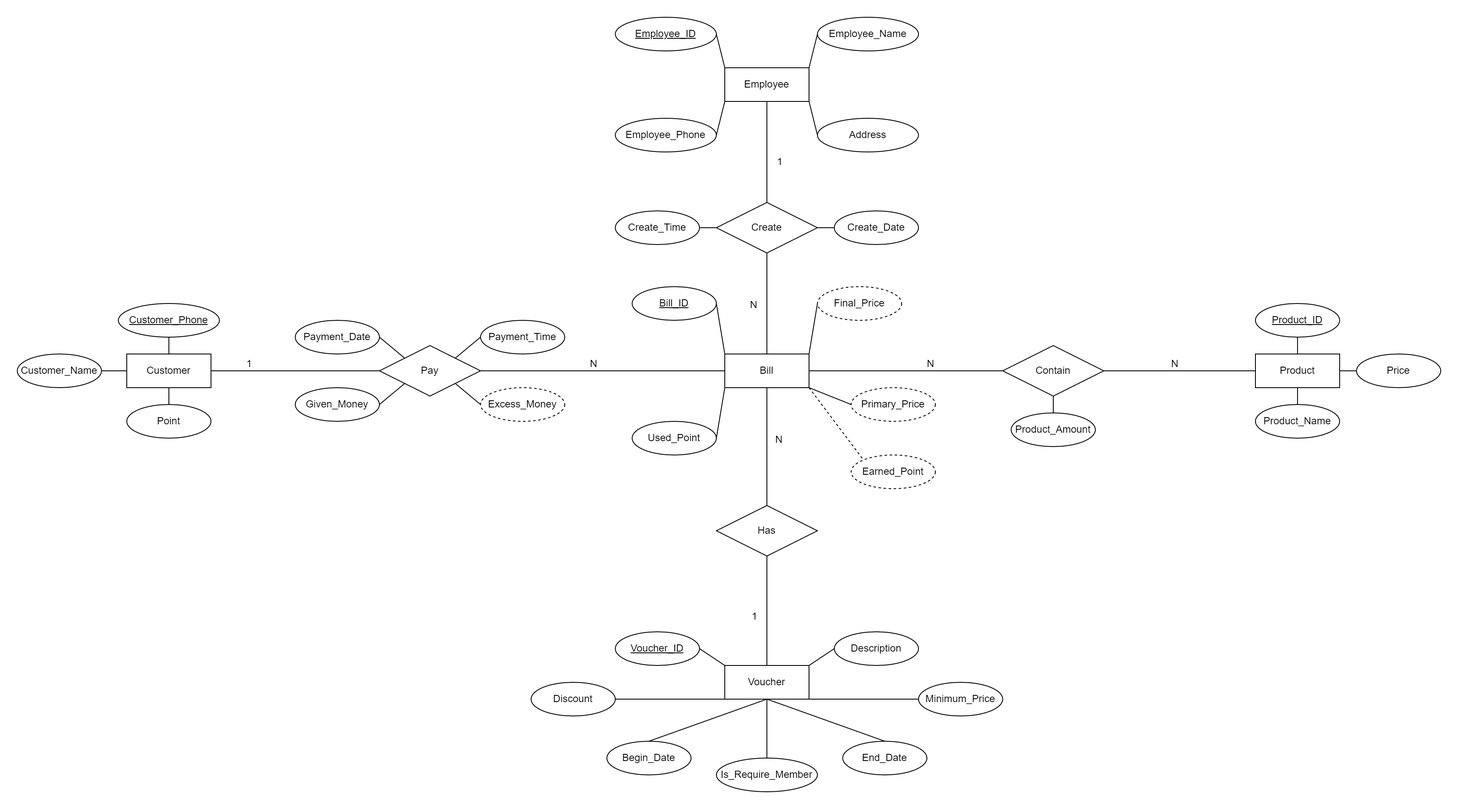
Before: Assignment/Images/ERD.png, a diagram exported from draw.io (bakaqc/DBI202-Labs_and_Assignment). Source tidied: cells renumbered, new cells last; positions are measured from the earlier drawing's top-left corner, leaving out a move shared by most shapes. The source it was exported from:
```xml
<mxGraphModel>
  <root>
    <mxCell id="0" />
    <mxCell id="1" parent="0" />
    <mxCell id="2" value="Customer" style="whiteSpace=wrap;html=1;align=center;" parent="1" vertex="1">
      <mxGeometry x="130" y="400" width="100" height="40" as="geometry" />
    </mxCell>
    <mxCell id="3" value="Customer_Name" style="ellipse;whiteSpace=wrap;html=1;align=center;" parent="1" vertex="1">
      <mxGeometry y="400" width="100" height="40" as="geometry" />
    </mxCell>
    <mxCell id="4" value="Point" style="ellipse;whiteSpace=wrap;html=1;align=center;" parent="1" vertex="1">
      <mxGeometry x="130" y="460" width="100" height="40" as="geometry" />
    </mxCell>
    <mxCell id="5" value="Customer_Phone" style="ellipse;whiteSpace=wrap;html=1;align=center;fontStyle=4;" parent="1" vertex="1">
      <mxGeometry x="120" y="340" width="120" height="40" as="geometry" />
    </mxCell>
    <mxCell id="6" style="endArrow=none;html=1;rounded=0;" parent="1" edge="1" source="3" target="2">
      <mxGeometry relative="1" as="geometry" />
    </mxCell>
    <mxCell id="7" style="endArrow=none;html=1;rounded=0;exitX=0.5;exitY=1;exitDx=0;exitDy=0;entryX=0.5;entryY=0;entryDx=0;entryDy=0;" parent="1" edge="1" source="5" target="2">
      <mxGeometry relative="1" as="geometry" />
    </mxCell>
    <mxCell id="8" style="endArrow=none;html=1;rounded=0;entryX=0.5;entryY=0;entryDx=0;entryDy=0;exitX=0.5;exitY=1;exitDx=0;exitDy=0;" parent="1" edge="1" source="2" target="4">
      <mxGeometry relative="1" as="geometry" />
    </mxCell>
    <mxCell id="9" value="Bill" style="whiteSpace=wrap;html=1;align=center;" parent="1" vertex="1">
      <mxGeometry x="840" y="400" width="100" height="40" as="geometry" />
    </mxCell>
    <mxCell id="10" value="Create_Date" style="ellipse;whiteSpace=wrap;html=1;align=center;" parent="1" vertex="1">
      <mxGeometry x="970" y="230" width="100" height="40" as="geometry" />
    </mxCell>
    <mxCell id="11" value="Create_Time" style="ellipse;whiteSpace=wrap;html=1;align=center;" parent="1" vertex="1">
      <mxGeometry x="710" y="230" width="100" height="40" as="geometry" />
    </mxCell>
    <mxCell id="12" value="Bill_ID" style="ellipse;whiteSpace=wrap;html=1;align=center;fontStyle=4;" parent="1" vertex="1">
      <mxGeometry x="730" y="320" width="100" height="40" as="geometry" />
    </mxCell>
    <mxCell id="13" value="Used_Point" style="ellipse;whiteSpace=wrap;html=1;align=center;" parent="1" vertex="1">
      <mxGeometry x="730" y="480" width="100" height="40" as="geometry" />
    </mxCell>
    <mxCell id="14" value="Primary_Price" style="ellipse;whiteSpace=wrap;html=1;align=center;dashed=1;" parent="1" vertex="1">
      <mxGeometry x="990" y="440" width="100" height="40" as="geometry" />
    </mxCell>
    <mxCell id="15" value="Final_Price" style="ellipse;whiteSpace=wrap;html=1;align=center;dashed=1;strokeColor=default;gradientColor=none;fillColor=default;" parent="1" vertex="1">
      <mxGeometry x="950" y="320" width="100" height="40" as="geometry" />
    </mxCell>
    <mxCell id="16" style="endArrow=none;html=1;rounded=0;entryX=1;entryY=0.5;entryDx=0;entryDy=0;exitX=0;exitY=1;exitDx=0;exitDy=0;" parent="1" edge="1" source="9" target="13">
      <mxGeometry relative="1" as="geometry" />
    </mxCell>
    <mxCell id="17" style="endArrow=none;html=1;rounded=0;entryX=0;entryY=0;entryDx=0;entryDy=0;exitX=1;exitY=0.5;exitDx=0;exitDy=0;" parent="1" edge="1" source="12" target="9">
      <mxGeometry relative="1" as="geometry" />
    </mxCell>
    <mxCell id="18" style="endArrow=none;html=1;rounded=0;entryX=0;entryY=0.5;entryDx=0;entryDy=0;exitX=1;exitY=0;exitDx=0;exitDy=0;" parent="1" edge="1" source="9" target="15">
      <mxGeometry relative="1" as="geometry" />
    </mxCell>
    <mxCell id="19" style="endArrow=none;html=1;rounded=0;entryX=0;entryY=0.5;entryDx=0;entryDy=0;exitX=1;exitY=1;exitDx=0;exitDy=0;" parent="1" edge="1" source="9" target="14">
      <mxGeometry relative="1" as="geometry" />
    </mxCell>
    <mxCell id="20" value="Employee" style="whiteSpace=wrap;html=1;align=center;" parent="1" vertex="1">
      <mxGeometry x="840" y="60" width="100" height="40" as="geometry" />
    </mxCell>
    <mxCell id="21" value="Employee_Name" style="ellipse;whiteSpace=wrap;html=1;align=center;" parent="1" vertex="1">
      <mxGeometry x="950" width="120" height="40" as="geometry" />
    </mxCell>
    <mxCell id="22" value="Employee_Phone" style="ellipse;whiteSpace=wrap;html=1;align=center;" parent="1" vertex="1">
      <mxGeometry x="710" y="120" width="120" height="40" as="geometry" />
    </mxCell>
    <mxCell id="23" value="Address" style="ellipse;whiteSpace=wrap;html=1;align=center;" parent="1" vertex="1">
      <mxGeometry x="950" y="120" width="120" height="40" as="geometry" />
    </mxCell>
    <mxCell id="24" value="Employee_ID" style="ellipse;whiteSpace=wrap;html=1;align=center;fontStyle=4;" parent="1" vertex="1">
      <mxGeometry x="710" width="120" height="40" as="geometry" />
    </mxCell>
    <mxCell id="25" style="endArrow=none;html=1;rounded=0;exitX=1;exitY=0;exitDx=0;exitDy=0;entryX=0;entryY=0.5;entryDx=0;entryDy=0;" parent="1" edge="1" source="20" target="21">
      <mxGeometry relative="1" as="geometry" />
    </mxCell>
    <mxCell id="26" style="endArrow=none;html=1;rounded=0;exitX=1;exitY=0.5;exitDx=0;exitDy=0;entryX=0;entryY=0;entryDx=0;entryDy=0;" parent="1" edge="1" source="24" target="20">
      <mxGeometry relative="1" as="geometry" />
    </mxCell>
    <mxCell id="27" style="endArrow=none;html=1;rounded=0;entryX=0;entryY=1;entryDx=0;entryDy=0;exitX=1;exitY=0.5;exitDx=0;exitDy=0;" parent="1" edge="1" source="22" target="20">
      <mxGeometry relative="1" as="geometry" />
    </mxCell>
    <mxCell id="28" style="endArrow=none;html=1;rounded=0;entryX=0;entryY=0.5;entryDx=0;entryDy=0;exitX=1;exitY=1;exitDx=0;exitDy=0;" parent="1" edge="1" source="20" target="23">
      <mxGeometry relative="1" as="geometry" />
    </mxCell>
    <mxCell id="29" value="Voucher" style="whiteSpace=wrap;html=1;align=center;" parent="1" vertex="1">
      <mxGeometry x="840" y="770" width="100" height="40" as="geometry" />
    </mxCell>
    <mxCell id="30" value="Voucher_ID" style="ellipse;whiteSpace=wrap;html=1;align=center;fontStyle=4;" parent="1" vertex="1">
      <mxGeometry x="710" y="730" width="100" height="40" as="geometry" />
    </mxCell>
    <mxCell id="31" value="Description" style="ellipse;whiteSpace=wrap;html=1;align=center;" parent="1" vertex="1">
      <mxGeometry x="970" y="730" width="100" height="40" as="geometry" />
    </mxCell>
    <mxCell id="32" value="Minimum_Price" style="ellipse;whiteSpace=wrap;html=1;align=center;" parent="1" vertex="1">
      <mxGeometry x="1070" y="790" width="100" height="40" as="geometry" />
    </mxCell>
    <mxCell id="33" value="Discount" style="ellipse;whiteSpace=wrap;html=1;align=center;" parent="1" vertex="1">
      <mxGeometry x="610" y="790" width="100" height="40" as="geometry" />
    </mxCell>
    <mxCell id="34" style="endArrow=none;html=1;rounded=0;exitX=1;exitY=0.5;exitDx=0;exitDy=0;entryX=0;entryY=0;entryDx=0;entryDy=0;" parent="1" edge="1" source="30" target="29">
      <mxGeometry relative="1" as="geometry" />
    </mxCell>
    <mxCell id="35" style="endArrow=none;html=1;rounded=0;exitX=1;exitY=0;exitDx=0;exitDy=0;entryX=0;entryY=0.5;entryDx=0;entryDy=0;" parent="1" edge="1" source="29" target="31">
      <mxGeometry relative="1" as="geometry" />
    </mxCell>
    <mxCell id="36" style="endArrow=none;html=1;rounded=0;exitX=1;exitY=0.5;exitDx=0;exitDy=0;entryX=0;entryY=1;entryDx=0;entryDy=0;" parent="1" edge="1" source="33" target="29">
      <mxGeometry relative="1" as="geometry" />
    </mxCell>
    <mxCell id="37" style="endArrow=none;html=1;rounded=0;exitX=1;exitY=1;exitDx=0;exitDy=0;entryX=0;entryY=0.5;entryDx=0;entryDy=0;" parent="1" edge="1" source="29" target="32">
      <mxGeometry relative="1" as="geometry" />
    </mxCell>
    <mxCell id="38" value="Product" style="whiteSpace=wrap;html=1;align=center;" parent="1" vertex="1">
      <mxGeometry x="1470" y="400" width="100" height="40" as="geometry" />
    </mxCell>
    <mxCell id="39" value="Product_ID" style="ellipse;whiteSpace=wrap;html=1;align=center;fontStyle=4;" parent="1" vertex="1">
      <mxGeometry x="1470" y="340" width="100" height="40" as="geometry" />
    </mxCell>
    <mxCell id="40" value="Price" style="ellipse;whiteSpace=wrap;html=1;align=center;" parent="1" vertex="1">
      <mxGeometry x="1590" y="400" width="100" height="40" as="geometry" />
    </mxCell>
    <mxCell id="41" value="Product_Name" style="ellipse;whiteSpace=wrap;html=1;align=center;" parent="1" vertex="1">
      <mxGeometry x="1470" y="460" width="100" height="40" as="geometry" />
    </mxCell>
    <mxCell id="42" style="endArrow=none;html=1;rounded=0;exitX=1;exitY=0.5;exitDx=0;exitDy=0;entryX=0;entryY=0.5;entryDx=0;entryDy=0;" parent="1" edge="1" source="38" target="40">
      <mxGeometry relative="1" as="geometry" />
    </mxCell>
    <mxCell id="43" style="endArrow=none;html=1;rounded=0;entryX=0.5;entryY=0;entryDx=0;entryDy=0;exitX=0.5;exitY=1;exitDx=0;exitDy=0;" parent="1" edge="1" source="38" target="41">
      <mxGeometry relative="1" as="geometry" />
    </mxCell>
    <mxCell id="44" style="endArrow=none;html=1;rounded=0;entryX=0.5;entryY=0;entryDx=0;entryDy=0;exitX=0.5;exitY=1;exitDx=0;exitDy=0;" parent="1" edge="1" source="39" target="38">
      <mxGeometry relative="1" as="geometry" />
    </mxCell>
    <mxCell id="45" value="Contain" style="shape=rhombus;perimeter=rhombusPerimeter;whiteSpace=wrap;html=1;align=center;" parent="1" vertex="1">
      <mxGeometry x="1170" y="390" width="120" height="60" as="geometry" />
    </mxCell>
    <mxCell id="46" value="Create" style="shape=rhombus;perimeter=rhombusPerimeter;whiteSpace=wrap;html=1;align=center;" parent="1" vertex="1">
      <mxGeometry x="830" y="220" width="120" height="60" as="geometry" />
    </mxCell>
    <mxCell id="47" value="Has" style="shape=rhombus;perimeter=rhombusPerimeter;whiteSpace=wrap;html=1;align=center;" parent="1" vertex="1">
      <mxGeometry x="830" y="580" width="120" height="60" as="geometry" />
    </mxCell>
    <mxCell id="48" value="Pay" style="shape=rhombus;perimeter=rhombusPerimeter;whiteSpace=wrap;html=1;align=center;" parent="1" vertex="1">
      <mxGeometry x="430" y="390" width="120" height="60" as="geometry" />
    </mxCell>
    <mxCell id="49" value="Payment_Date" style="ellipse;whiteSpace=wrap;html=1;align=center;" parent="1" vertex="1">
      <mxGeometry x="330" y="360" width="100" height="40" as="geometry" />
    </mxCell>
    <mxCell id="50" value="Payment_Time" style="ellipse;whiteSpace=wrap;html=1;align=center;" parent="1" vertex="1">
      <mxGeometry x="550" y="360" width="100" height="40" as="geometry" />
    </mxCell>
    <mxCell id="51" value="Given_Money" style="ellipse;whiteSpace=wrap;html=1;align=center;" parent="1" vertex="1">
      <mxGeometry x="330" y="440" width="100" height="40" as="geometry" />
    </mxCell>
    <mxCell id="52" value="Excess_Money" style="ellipse;whiteSpace=wrap;html=1;align=center;dashed=1;" parent="1" vertex="1">
      <mxGeometry x="550" y="440" width="100" height="40" as="geometry" />
    </mxCell>
    <mxCell id="53" style="endArrow=none;html=1;rounded=0;entryX=1;entryY=0.5;entryDx=0;entryDy=0;exitX=0;exitY=0;exitDx=0;exitDy=0;" parent="1" edge="1" source="48" target="49">
      <mxGeometry relative="1" as="geometry" />
    </mxCell>
    <mxCell id="54" style="endArrow=none;html=1;rounded=0;exitX=1;exitY=0.5;exitDx=0;exitDy=0;entryX=0;entryY=1;entryDx=0;entryDy=0;" parent="1" edge="1" source="51" target="48">
      <mxGeometry relative="1" as="geometry" />
    </mxCell>
    <mxCell id="55" style="endArrow=none;html=1;rounded=0;exitX=1;exitY=0;exitDx=0;exitDy=0;entryX=0;entryY=0.5;entryDx=0;entryDy=0;" parent="1" edge="1" source="48" target="50">
      <mxGeometry relative="1" as="geometry" />
    </mxCell>
    <mxCell id="56" style="endArrow=none;html=1;rounded=0;exitX=1;exitY=1;exitDx=0;exitDy=0;entryX=0;entryY=0.5;entryDx=0;entryDy=0;" parent="1" edge="1" source="48" target="52">
      <mxGeometry relative="1" as="geometry" />
    </mxCell>
    <mxCell id="57" style="endArrow=none;html=1;rounded=0;exitX=1;exitY=0.5;exitDx=0;exitDy=0;entryX=0;entryY=0.5;entryDx=0;entryDy=0;" parent="1" edge="1" source="2" target="48">
      <mxGeometry relative="1" as="geometry" />
    </mxCell>
    <mxCell id="58" value="1" style="html=1;whiteSpace=wrap;align=right;verticalAlign=bottom;" parent="57" vertex="1">
      <mxGeometry x="1" relative="1" as="geometry">
        <mxPoint x="-150" as="offset" />
      </mxGeometry>
    </mxCell>
    <mxCell id="59" style="endArrow=none;html=1;rounded=0;exitX=1;exitY=0.5;exitDx=0;exitDy=0;entryX=0;entryY=0.5;entryDx=0;entryDy=0;" parent="1" edge="1" source="48" target="9">
      <mxGeometry relative="1" as="geometry" />
    </mxCell>
    <mxCell id="60" value="N" style="html=1;whiteSpace=wrap;align=right;verticalAlign=bottom;" parent="59" vertex="1">
      <mxGeometry x="1" relative="1" as="geometry">
        <mxPoint x="-150" as="offset" />
      </mxGeometry>
    </mxCell>
    <mxCell id="61" value="Product_Amount" style="ellipse;whiteSpace=wrap;html=1;align=center;" parent="1" vertex="1">
      <mxGeometry x="1180" y="470" width="100" height="40" as="geometry" />
    </mxCell>
    <mxCell id="62" style="endArrow=none;html=1;rounded=0;exitX=0.5;exitY=1;exitDx=0;exitDy=0;entryX=0.5;entryY=0;entryDx=0;entryDy=0;" parent="1" edge="1" source="45" target="61">
      <mxGeometry relative="1" as="geometry" />
    </mxCell>
    <mxCell id="63" style="endArrow=none;html=1;rounded=0;exitX=1;exitY=0.5;exitDx=0;exitDy=0;entryX=0;entryY=0.5;entryDx=0;entryDy=0;" parent="1" edge="1" source="9" target="45">
      <mxGeometry relative="1" as="geometry" />
    </mxCell>
    <mxCell id="64" value="N" style="html=1;whiteSpace=wrap;align=right;verticalAlign=bottom;" parent="63" vertex="1">
      <mxGeometry x="1" relative="1" as="geometry">
        <mxPoint x="-80" as="offset" />
      </mxGeometry>
    </mxCell>
    <mxCell id="65" style="endArrow=none;html=1;rounded=0;exitX=1;exitY=0.5;exitDx=0;exitDy=0;entryX=0;entryY=0.5;entryDx=0;entryDy=0;" parent="1" edge="1" source="45" target="38">
      <mxGeometry relative="1" as="geometry" />
    </mxCell>
    <mxCell id="66" value="N" style="html=1;whiteSpace=wrap;align=right;verticalAlign=bottom;" parent="65" vertex="1">
      <mxGeometry x="1" relative="1" as="geometry">
        <mxPoint x="-90" as="offset" />
      </mxGeometry>
    </mxCell>
    <mxCell id="67" style="endArrow=none;html=1;rounded=0;exitX=0.5;exitY=1;exitDx=0;exitDy=0;entryX=0.5;entryY=0;entryDx=0;entryDy=0;" parent="1" edge="1" source="9" target="47">
      <mxGeometry relative="1" as="geometry" />
    </mxCell>
    <mxCell id="68" value="N" style="html=1;whiteSpace=wrap;align=right;verticalAlign=bottom;" parent="67" vertex="1">
      <mxGeometry x="1" relative="1" as="geometry">
        <mxPoint x="20" y="-70" as="offset" />
      </mxGeometry>
    </mxCell>
    <mxCell id="69" style="endArrow=none;html=1;rounded=0;exitX=0.5;exitY=1;exitDx=0;exitDy=0;entryX=0.5;entryY=0;entryDx=0;entryDy=0;" parent="1" edge="1" source="47" target="29">
      <mxGeometry relative="1" as="geometry" />
    </mxCell>
    <mxCell id="70" value="1" style="html=1;whiteSpace=wrap;align=right;verticalAlign=bottom;" parent="69" vertex="1">
      <mxGeometry x="1" relative="1" as="geometry">
        <mxPoint x="-10" y="-50" as="offset" />
      </mxGeometry>
    </mxCell>
    <mxCell id="71" style="endArrow=none;html=1;rounded=0;exitX=0.5;exitY=1;exitDx=0;exitDy=0;entryX=0.5;entryY=0;entryDx=0;entryDy=0;" parent="1" edge="1" source="20" target="46">
      <mxGeometry relative="1" as="geometry" />
    </mxCell>
    <mxCell id="72" value="1" style="html=1;whiteSpace=wrap;align=right;verticalAlign=bottom;" parent="71" vertex="1">
      <mxGeometry x="1" relative="1" as="geometry">
        <mxPoint x="20" y="-40" as="offset" />
      </mxGeometry>
    </mxCell>
    <mxCell id="73" style="endArrow=none;html=1;rounded=0;exitX=0.5;exitY=1;exitDx=0;exitDy=0;entryX=0.5;entryY=0;entryDx=0;entryDy=0;" parent="1" edge="1" source="46" target="9">
      <mxGeometry relative="1" as="geometry" />
    </mxCell>
    <mxCell id="74" value="N" style="html=1;whiteSpace=wrap;align=right;verticalAlign=bottom;" parent="73" vertex="1">
      <mxGeometry x="1" relative="1" as="geometry">
        <mxPoint x="-10" y="-50" as="offset" />
      </mxGeometry>
    </mxCell>
    <mxCell id="75" style="endArrow=none;html=1;rounded=0;exitX=1;exitY=0.5;exitDx=0;exitDy=0;entryX=0;entryY=0.5;entryDx=0;entryDy=0;" parent="1" edge="1" source="11" target="46">
      <mxGeometry relative="1" as="geometry" />
    </mxCell>
    <mxCell id="76" style="endArrow=none;html=1;rounded=0;entryX=0;entryY=0.5;entryDx=0;entryDy=0;exitX=1;exitY=0.5;exitDx=0;exitDy=0;" parent="1" edge="1" source="46" target="10">
      <mxGeometry relative="1" as="geometry" />
    </mxCell>
    <mxCell id="77" value="Begin_Date" style="ellipse;whiteSpace=wrap;html=1;align=center;" parent="1" vertex="1">
      <mxGeometry x="700" y="860" width="100" height="40" as="geometry" />
    </mxCell>
    <mxCell id="78" style="endArrow=none;html=1;rounded=0;exitX=0.5;exitY=1;exitDx=0;exitDy=0;entryX=0.5;entryY=0;entryDx=0;entryDy=0;" parent="1" edge="1" source="29" target="77">
      <mxGeometry relative="1" as="geometry" />
    </mxCell>
    <mxCell id="79" value="Earned_Point" style="ellipse;whiteSpace=wrap;html=1;align=center;dashed=1;" parent="1" vertex="1">
      <mxGeometry x="990" y="520" width="100" height="40" as="geometry" />
    </mxCell>
    <mxCell id="80" style="endArrow=none;html=1;rounded=0;entryX=0;entryY=0;entryDx=0;entryDy=0;exitX=1;exitY=1;exitDx=0;exitDy=0;dashed=1;" parent="1" edge="1" source="9" target="79">
      <mxGeometry relative="1" as="geometry" />
    </mxCell>
    <mxCell id="81" value="End_Date" style="ellipse;whiteSpace=wrap;html=1;align=center;" parent="1" vertex="1">
      <mxGeometry x="980" y="860" width="100" height="40" as="geometry" />
    </mxCell>
    <mxCell id="82" style="endArrow=none;html=1;rounded=0;exitX=0.5;exitY=1;exitDx=0;exitDy=0;entryX=0.5;entryY=0;entryDx=0;entryDy=0;" parent="1" edge="1" source="29" target="81">
      <mxGeometry relative="1" as="geometry" />
    </mxCell>
    <mxCell id="83" value="Is_Require_Member" style="ellipse;whiteSpace=wrap;html=1;align=center;" parent="1" vertex="1">
      <mxGeometry x="830" y="880" width="120" height="40" as="geometry" />
    </mxCell>
    <mxCell id="84" style="endArrow=none;html=1;rounded=0;entryX=0.5;entryY=0;entryDx=0;entryDy=0;exitX=0.5;exitY=1;exitDx=0;exitDy=0;" parent="1" edge="1" source="29" target="83">
      <mxGeometry relative="1" as="geometry" />
    </mxCell>
  </root>
</mxGraphModel>
```
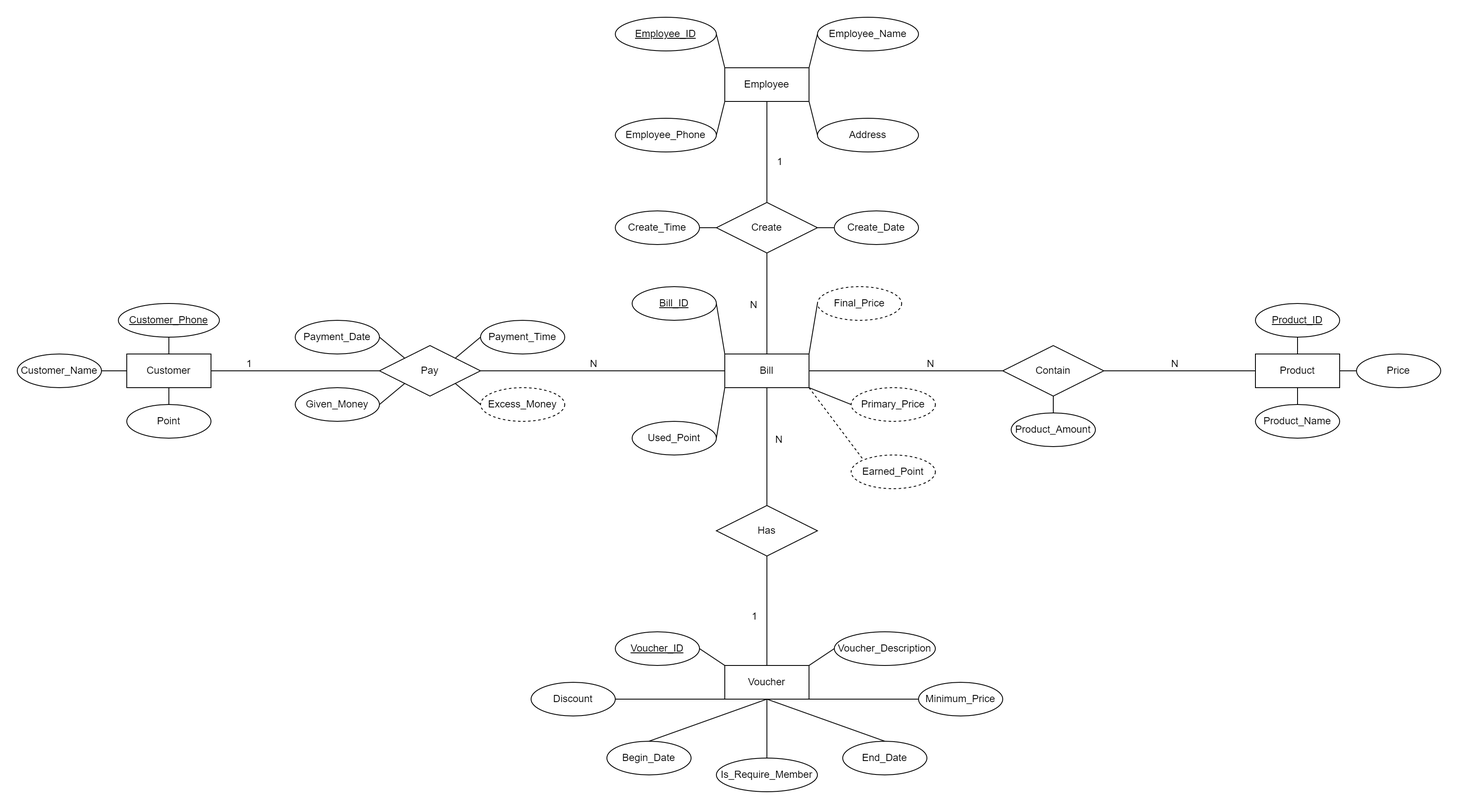
After the change.

Commit message:
Update ERD and Relational Model

Change to the diagram source:
```diff
@@ -89,8 +89,8 @@
     <mxCell id="30" value="Voucher_ID" style="ellipse;whiteSpace=wrap;html=1;align=center;fontStyle=4;" parent="1" vertex="1">
       <mxGeometry x="710" y="730" width="100" height="40" as="geometry" />
     </mxCell>
-    <mxCell id="31" value="Description" style="ellipse;whiteSpace=wrap;html=1;align=center;" parent="1" vertex="1">
-      <mxGeometry x="970" y="730" width="100" height="40" as="geometry" />
+    <mxCell id="31" value="Voucher_Description" style="ellipse;whiteSpace=wrap;html=1;align=center;" parent="1" vertex="1">
+      <mxGeometry x="970" y="730" width="120" height="40" as="geometry" />
     </mxCell>
     <mxCell id="32" value="Minimum_Price" style="ellipse;whiteSpace=wrap;html=1;align=center;" parent="1" vertex="1">
       <mxGeometry x="1070" y="790" width="100" height="40" as="geometry" />
```
